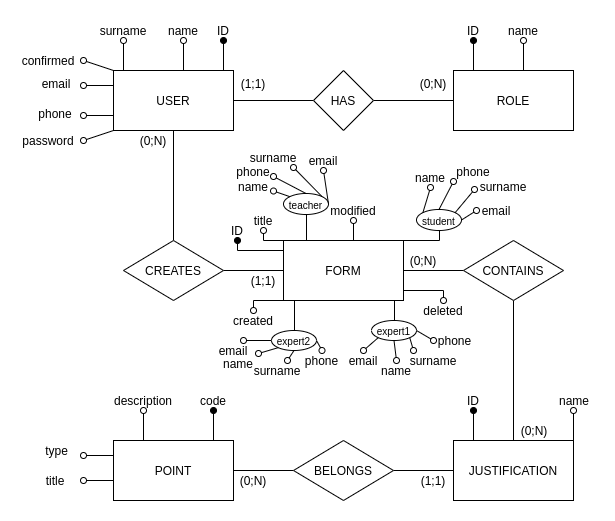
The draw.io diagram img/ValutazioneLPI_ER_Iniziale_Draw.png in matteoforni/Valutazione-LPI, before a commit. Source tidied: cells renumbered, new cells last; positions are measured from the earlier drawing's top-left corner, leaving out a move shared by most shapes.
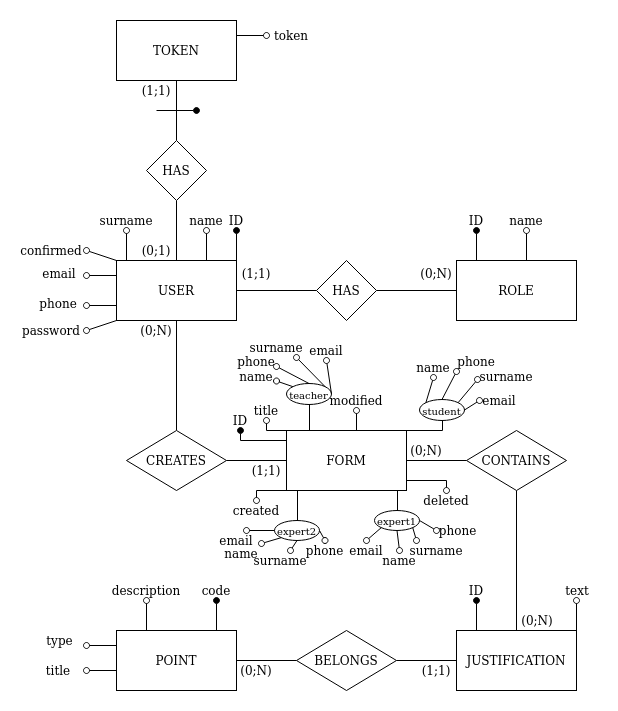
After the commit.

Commit message:
aggiornato diagramma ER: aggiunto tabella token

Diff of the diagram source:
```diff
@@ -3,7 +3,12 @@
     <mxCell id="0" />
     <mxCell id="1" parent="0" />
     <mxCell id="2" style="edgeStyle=orthogonalEdgeStyle;rounded=0;jettySize=auto;html=1;exitX=0.5;exitY=0;exitDx=0;exitDy=0;endArrow=oval;endFill=0;entryX=0.5;entryY=1;entryDx=0;entryDy=0;" parent="1" edge="1" source="9" target="24">
-      <mxGeometry relative="1" as="geometry" />
+      <mxGeometry relative="1" as="geometry">
+        <Array as="points">
+          <mxPoint x="182" y="50" />
+          <mxPoint x="182" y="20" />
+        </Array>
+      </mxGeometry>
     </mxCell>
     <mxCell id="3" style="edgeStyle=orthogonalEdgeStyle;rounded=0;jettySize=auto;html=1;exitX=1;exitY=0;exitDx=0;exitDy=0;entryX=0.5;entryY=1;entryDx=0;entryDy=0;endArrow=oval;endFill=1;" parent="1" edge="1" source="9" target="22">
       <mxGeometry relative="1" as="geometry" />
@@ -27,6 +32,9 @@
     <mxCell id="8" style="edgeStyle=orthogonalEdgeStyle;rounded=0;jettySize=auto;html=1;exitX=0.5;exitY=1;exitDx=0;exitDy=0;entryX=0.5;entryY=0;entryDx=0;entryDy=0;endArrow=none;endFill=0;" parent="1" edge="1" source="9" target="57">
       <mxGeometry relative="1" as="geometry" />
     </mxCell>
+    <mxCell id="107" style="edgeStyle=orthogonalEdgeStyle;rounded=0;jettySize=auto;html=1;endArrow=none;endFill=0;" parent="1" edge="1" source="9" target="111">
+      <mxGeometry relative="1" as="geometry" />
+    </mxCell>
     <mxCell id="9" value="USER" style="rounded=0;whiteSpace=wrap;html=1;" parent="1" vertex="1">
       <mxGeometry x="92" y="50" width="120" height="60" as="geometry" />
     </mxCell>
@@ -76,13 +84,13 @@
       <mxGeometry x="432" y="420" width="120" height="60" as="geometry" />
     </mxCell>
     <mxCell id="22" value="ID" style="text;html=1;strokeColor=none;fillColor=none;align=center;verticalAlign=middle;whiteSpace=wrap;rounded=0;" parent="1" vertex="1">
-      <mxGeometry x="182" width="40" height="20" as="geometry" />
+      <mxGeometry x="192" width="40" height="20" as="geometry" />
     </mxCell>
     <mxCell id="23" value="surname" style="text;html=1;strokeColor=none;fillColor=none;align=center;verticalAlign=middle;whiteSpace=wrap;rounded=0;" parent="1" vertex="1">
       <mxGeometry x="82" width="40" height="20" as="geometry" />
     </mxCell>
     <mxCell id="24" value="name" style="text;html=1;strokeColor=none;fillColor=none;align=center;verticalAlign=middle;whiteSpace=wrap;rounded=0;" parent="1" vertex="1">
-      <mxGeometry x="142" width="40" height="20" as="geometry" />
+      <mxGeometry x="162" width="40" height="20" as="geometry" />
     </mxCell>
     <mxCell id="25" value="email" style="text;html=1;strokeColor=none;fillColor=none;align=center;verticalAlign=middle;whiteSpace=wrap;rounded=0;" parent="1" vertex="1">
       <mxGeometry x="15" y="53" width="40" height="20" as="geometry" />
@@ -120,7 +128,7 @@
     <mxCell id="36" value="ID" style="text;html=1;strokeColor=none;fillColor=none;align=center;verticalAlign=middle;whiteSpace=wrap;rounded=0;" parent="1" vertex="1">
       <mxGeometry x="432" y="370" width="40" height="20" as="geometry" />
     </mxCell>
-    <mxCell id="37" value="name" style="text;html=1;strokeColor=none;fillColor=none;align=center;verticalAlign=middle;whiteSpace=wrap;rounded=0;" parent="1" vertex="1">
+    <mxCell id="37" value="text" style="text;html=1;strokeColor=none;fillColor=none;align=center;verticalAlign=middle;whiteSpace=wrap;rounded=0;" parent="1" vertex="1">
       <mxGeometry x="533" y="370" width="40" height="20" as="geometry" />
     </mxCell>
     <mxCell id="38" value="(0;N)" style="text;html=1;strokeColor=none;fillColor=none;align=center;verticalAlign=middle;whiteSpace=wrap;rounded=0;" parent="1" vertex="1">
@@ -363,5 +371,34 @@
         <mxPoint x="222" y="320" as="targetPoint" />
       </mxGeometry>
     </mxCell>
+    <mxCell id="108" style="edgeStyle=orthogonalEdgeStyle;rounded=0;jettySize=auto;html=1;exitX=1;exitY=0.25;exitDx=0;exitDy=0;endArrow=oval;endFill=0;" parent="1" edge="1" source="109">
+      <mxGeometry relative="1" as="geometry">
+        <mxPoint x="242" y="-174.7" as="targetPoint" />
+      </mxGeometry>
+    </mxCell>
+    <mxCell id="109" value="TOKEN" style="rounded=0;whiteSpace=wrap;html=1;" parent="1" vertex="1">
+      <mxGeometry x="92" y="-190" width="120" height="60" as="geometry" />
+    </mxCell>
+    <mxCell id="110" style="edgeStyle=orthogonalEdgeStyle;rounded=0;jettySize=auto;html=1;endArrow=none;endFill=0;" parent="1" edge="1" source="111" target="109">
+      <mxGeometry relative="1" as="geometry" />
+    </mxCell>
+    <mxCell id="111" value="HAS" style="rhombus;whiteSpace=wrap;html=1;" parent="1" vertex="1">
+      <mxGeometry x="122" y="-70" width="60" height="60" as="geometry" />
+    </mxCell>
+    <mxCell id="112" value="(0;1)" style="text;html=1;strokeColor=none;fillColor=none;align=center;verticalAlign=middle;whiteSpace=wrap;rounded=0;" parent="1" vertex="1">
+      <mxGeometry x="112" y="30" width="40" height="20" as="geometry" />
+    </mxCell>
+    <mxCell id="113" value="(1;1)" style="text;html=1;strokeColor=none;fillColor=none;align=center;verticalAlign=middle;whiteSpace=wrap;rounded=0;" parent="1" vertex="1">
+      <mxGeometry x="112" y="-130" width="40" height="20" as="geometry" />
+    </mxCell>
+    <mxCell id="114" value="token" style="text;html=1;strokeColor=none;fillColor=none;align=center;verticalAlign=middle;whiteSpace=wrap;rounded=0;" parent="1" vertex="1">
+      <mxGeometry x="247" y="-185" width="40" height="20" as="geometry" />
+    </mxCell>
+    <mxCell id="115" style="endArrow=oval;html=1;endFill=1;" parent="1" edge="1">
+      <mxGeometry relative="1" as="geometry">
+        <mxPoint x="132" y="-100" as="sourcePoint" />
+        <mxPoint x="172" y="-100" as="targetPoint" />
+      </mxGeometry>
+    </mxCell>
   </root>
 </mxGraphModel>
```
